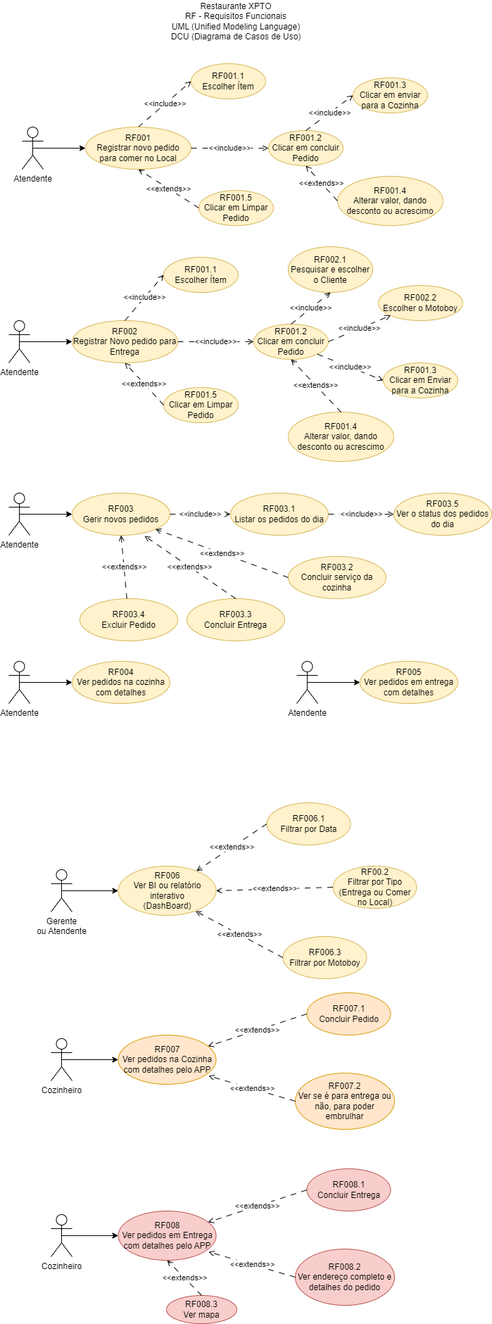
Before: documentos/uml/uml-dcu.png, a diagram exported from draw.io (Veralp/Restaurante3des). Source tidied: cells renumbered, new cells last; positions are measured from the earlier drawing's top-left corner, leaving out a move shared by most shapes.
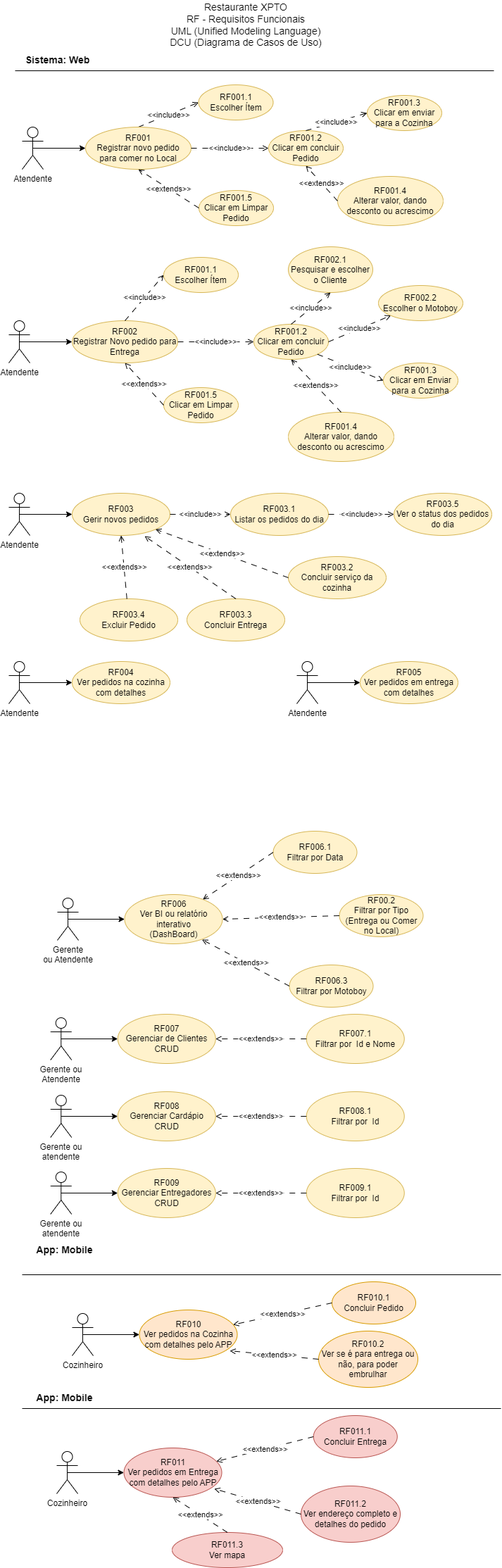
Above is the later version.

Diff of the diagram source:
```diff
@@ -2,8 +2,8 @@
   <root>
     <mxCell id="0" />
     <mxCell id="1" parent="0" />
-    <mxCell id="2" value="Restaurante XPTO&lt;br&gt;RF - Requisitos Funcionais&lt;br&gt;UML (Unified Modeling Language)&lt;br&gt;DCU (Diagrama de Casos de Uso)" style="text;html=1;strokeColor=none;fillColor=none;align=center;verticalAlign=middle;whiteSpace=wrap;rounded=0;" parent="1" vertex="1">
-      <mxGeometry x="213" width="220" height="60" as="geometry" />
+    <mxCell id="2" value="Restaurante XPTO&lt;br style=&quot;font-size: 14px;&quot;&gt;RF - Requisitos Funcionais&lt;br style=&quot;font-size: 14px;&quot;&gt;UML (Unified Modeling Language)&lt;br style=&quot;font-size: 14px;&quot;&gt;DCU (Diagrama de Casos de Uso)" style="text;html=1;strokeColor=none;fillColor=none;align=center;verticalAlign=middle;whiteSpace=wrap;rounded=0;fontSize=14;" parent="1" vertex="1">
+      <mxGeometry x="203.5" width="266" height="70" as="geometry" />
     </mxCell>
     <mxCell id="3" style="rounded=0;jettySize=auto;html=1;exitX=0.5;exitY=0.5;exitDx=0;exitDy=0;exitPerimeter=0;entryX=0;entryY=0.5;entryDx=0;entryDy=0;" parent="1" edge="1" source="5" target="7">
       <mxGeometry relative="1" as="geometry" />
@@ -24,7 +24,7 @@
       <mxGeometry x="90" y="455" width="150" height="60" as="geometry" />
     </mxCell>
     <mxCell id="9" value="RF001.1&lt;br&gt;Escolher Ítem" style="ellipse;whiteSpace=wrap;html=1;fillColor=#fff2cc;strokeColor=#d6b656;" parent="1" vertex="1">
-      <mxGeometry x="259" y="90" width="106" height="50" as="geometry" />
+      <mxGeometry x="269.5" y="120" width="106" height="50" as="geometry" />
     </mxCell>
     <mxCell id="10" value="RF001.2&lt;br&gt;Clicar em concluir Pedido" style="ellipse;whiteSpace=wrap;html=1;fillColor=#fff2cc;strokeColor=#d6b656;" parent="1" vertex="1">
       <mxGeometry x="369" y="185" width="106" height="50" as="geometry" />
@@ -42,7 +42,7 @@
       <mxGeometry y="455" width="30" height="60" as="geometry" />
     </mxCell>
     <mxCell id="15" value="RF001.3&lt;br&gt;Clicar em enviar para a Cozinha" style="ellipse;whiteSpace=wrap;html=1;fillColor=#fff2cc;strokeColor=#d6b656;" parent="1" vertex="1">
-      <mxGeometry x="489" y="110" width="106" height="50" as="geometry" />
+      <mxGeometry x="509" y="135" width="106" height="50" as="geometry" />
     </mxCell>
     <mxCell id="16" value="&amp;lt;&amp;lt;include&amp;gt;&amp;gt;" style="rounded=0;jettySize=auto;html=1;exitX=0.5;exitY=0;exitDx=0;exitDy=0;entryX=0;entryY=0.5;entryDx=0;entryDy=0;dashed=1;dashPattern=8 8;endArrow=open;endFill=0;" parent="1" edge="1" source="10" target="15">
       <mxGeometry relative="1" as="geometry" />
@@ -153,22 +153,22 @@
       <mxGeometry relative="1" as="geometry" />
     </mxCell>
     <mxCell id="52" value="Gerente&lt;br&gt;ou Atendente" style="shape=umlActor;verticalLabelPosition=bottom;verticalAlign=top;html=1;" parent="1" vertex="1">
-      <mxGeometry x="60" y="1235" width="30" height="60" as="geometry" />
+      <mxGeometry x="69" y="1275" width="30" height="60" as="geometry" />
     </mxCell>
     <mxCell id="53" value="RF006&lt;br&gt;Ver BI ou relatório interativo&lt;br&gt;(DashBoard)" style="ellipse;whiteSpace=wrap;html=1;fillColor=#fff2cc;strokeColor=#d6b656;" parent="1" vertex="1">
-      <mxGeometry x="155.5" y="1230" width="139" height="70" as="geometry" />
+      <mxGeometry x="164.5" y="1270" width="139" height="70" as="geometry" />
     </mxCell>
     <mxCell id="54" style="rounded=0;jettySize=auto;html=1;exitX=0.5;exitY=0.5;exitDx=0;exitDy=0;exitPerimeter=0;entryX=0;entryY=0.5;entryDx=0;entryDy=0;" parent="1" edge="1" source="52" target="53">
       <mxGeometry relative="1" as="geometry" />
     </mxCell>
     <mxCell id="55" value="RF006.1&lt;br&gt;Filtrar por Data" style="ellipse;whiteSpace=wrap;html=1;fillColor=#fff2cc;strokeColor=#d6b656;" parent="1" vertex="1">
-      <mxGeometry x="366.5" y="1140" width="119" height="60" as="geometry" />
+      <mxGeometry x="375.5" y="1180" width="119" height="60" as="geometry" />
     </mxCell>
     <mxCell id="56" value="RF00.2&lt;br&gt;Filtrar por Tipo&lt;br&gt;(Entrega ou Comer no Local)" style="ellipse;whiteSpace=wrap;html=1;fillColor=#fff2cc;strokeColor=#d6b656;" parent="1" vertex="1">
-      <mxGeometry x="460.5" y="1230" width="119" height="60" as="geometry" />
+      <mxGeometry x="469.5" y="1270" width="119" height="60" as="geometry" />
     </mxCell>
     <mxCell id="57" value="RF006.3&lt;br&gt;Filtrar por Motoboy" style="ellipse;whiteSpace=wrap;html=1;fillColor=#fff2cc;strokeColor=#d6b656;" parent="1" vertex="1">
-      <mxGeometry x="389.5" y="1330" width="119" height="60" as="geometry" />
+      <mxGeometry x="398.5" y="1370" width="119" height="60" as="geometry" />
     </mxCell>
     <mxCell id="58" value="&amp;lt;&amp;lt;extends&amp;gt;&amp;gt;" style="rounded=0;jettySize=auto;html=1;dashed=1;dashPattern=8 8;endArrow=open;endFill=0;exitX=0;exitY=0.5;exitDx=0;exitDy=0;" parent="1" edge="1" source="55" target="53">
       <mxGeometry relative="1" as="geometry" />
@@ -180,19 +180,19 @@
       <mxGeometry relative="1" as="geometry" />
     </mxCell>
     <mxCell id="61" value="Cozinheiro" style="shape=umlActor;verticalLabelPosition=bottom;verticalAlign=top;html=1;" parent="1" vertex="1">
-      <mxGeometry x="60" y="1475" width="30" height="60" as="geometry" />
+      <mxGeometry x="90" y="1865" width="30" height="60" as="geometry" />
     </mxCell>
-    <mxCell id="62" value="RF007&lt;br&gt;Ver pedidos na Cozinha&lt;br&gt;com detalhes pelo APP" style="ellipse;whiteSpace=wrap;html=1;fillColor=#ffe6cc;strokeColor=#d79b00;" parent="1" vertex="1">
-      <mxGeometry x="155.5" y="1470" width="139" height="70" as="geometry" />
+    <mxCell id="62" value="RF010&lt;br&gt;Ver pedidos na Cozinha&lt;br&gt;com detalhes pelo APP" style="ellipse;whiteSpace=wrap;html=1;fillColor=#ffe6cc;strokeColor=#d79b00;" parent="1" vertex="1">
+      <mxGeometry x="185.5" y="1860" width="139" height="70" as="geometry" />
     </mxCell>
     <mxCell id="63" style="rounded=0;jettySize=auto;html=1;exitX=0.5;exitY=0.5;exitDx=0;exitDy=0;exitPerimeter=0;entryX=0;entryY=0.5;entryDx=0;entryDy=0;" parent="1" edge="1" source="61" target="62">
       <mxGeometry relative="1" as="geometry" />
     </mxCell>
-    <mxCell id="64" value="RF007.1&lt;br&gt;Concluir Pedido" style="ellipse;whiteSpace=wrap;html=1;fillColor=#ffe6cc;strokeColor=#d79b00;" parent="1" vertex="1">
-      <mxGeometry x="423.5" y="1410" width="119" height="60" as="geometry" />
+    <mxCell id="64" value="RF010.1&lt;br&gt;Concluir Pedido" style="ellipse;whiteSpace=wrap;html=1;fillColor=#ffe6cc;strokeColor=#d79b00;" parent="1" vertex="1">
+      <mxGeometry x="459" y="1820" width="119" height="60" as="geometry" />
     </mxCell>
-    <mxCell id="65" value="RF007.2&lt;br&gt;Ver se é para entrega ou não, para poder embrulhar" style="ellipse;whiteSpace=wrap;html=1;fillColor=#ffe6cc;strokeColor=#d79b00;" parent="1" vertex="1">
-      <mxGeometry x="407" y="1524" width="141" height="80" as="geometry" />
+    <mxCell id="65" value="RF010.2&lt;br&gt;Ver se é para entrega ou não, para poder embrulhar" style="ellipse;whiteSpace=wrap;html=1;fillColor=#ffe6cc;strokeColor=#d79b00;" parent="1" vertex="1">
+      <mxGeometry x="440" y="1890" width="141" height="80" as="geometry" />
     </mxCell>
     <mxCell id="66" value="&amp;lt;&amp;lt;extends&amp;gt;&amp;gt;" style="rounded=0;jettySize=auto;html=1;dashed=1;dashPattern=8 8;endArrow=open;endFill=0;exitX=0;exitY=0.5;exitDx=0;exitDy=0;" parent="1" edge="1" source="64" target="62">
       <mxGeometry relative="1" as="geometry" />
@@ -201,19 +201,19 @@
       <mxGeometry relative="1" as="geometry" />
     </mxCell>
     <mxCell id="68" value="Cozinheiro" style="shape=umlActor;verticalLabelPosition=bottom;verticalAlign=top;html=1;" parent="1" vertex="1">
-      <mxGeometry x="60" y="1725" width="30" height="60" as="geometry" />
+      <mxGeometry x="68" y="2061" width="30" height="60" as="geometry" />
     </mxCell>
-    <mxCell id="69" value="RF008&lt;br&gt;Ver pedidos em Entrega&lt;br&gt;com detalhes pelo APP" style="ellipse;whiteSpace=wrap;html=1;fillColor=#f8cecc;strokeColor=#b85450;" parent="1" vertex="1">
-      <mxGeometry x="155.5" y="1720" width="139" height="70" as="geometry" />
+    <mxCell id="69" value="RF011&lt;br&gt;Ver pedidos em Entrega&lt;br&gt;com detalhes pelo APP" style="ellipse;whiteSpace=wrap;html=1;fillColor=#f8cecc;strokeColor=#b85450;" parent="1" vertex="1">
+      <mxGeometry x="163.5" y="2056" width="139" height="70" as="geometry" />
     </mxCell>
     <mxCell id="70" style="rounded=0;jettySize=auto;html=1;exitX=0.5;exitY=0.5;exitDx=0;exitDy=0;exitPerimeter=0;entryX=0;entryY=0.5;entryDx=0;entryDy=0;" parent="1" edge="1" source="68" target="69">
       <mxGeometry relative="1" as="geometry" />
     </mxCell>
-    <mxCell id="71" value="RF008.1&lt;br&gt;Concluir Entrega" style="ellipse;whiteSpace=wrap;html=1;fillColor=#f8cecc;strokeColor=#b85450;" parent="1" vertex="1">
-      <mxGeometry x="423.5" y="1660" width="119" height="60" as="geometry" />
+    <mxCell id="71" value="RF011.1&lt;br&gt;Concluir Entrega" style="ellipse;whiteSpace=wrap;html=1;fillColor=#f8cecc;strokeColor=#b85450;" parent="1" vertex="1">
+      <mxGeometry x="432.8" y="2010" width="119" height="60" as="geometry" />
     </mxCell>
-    <mxCell id="72" value="RF008.2&lt;br&gt;Ver endereço completo e detalhes do pedido" style="ellipse;whiteSpace=wrap;html=1;fillColor=#f8cecc;strokeColor=#b85450;" parent="1" vertex="1">
-      <mxGeometry x="407" y="1774" width="141" height="80" as="geometry" />
+    <mxCell id="72" value="RF011.2&lt;br&gt;Ver endereço completo e detalhes do pedido" style="ellipse;whiteSpace=wrap;html=1;fillColor=#f8cecc;strokeColor=#b85450;" parent="1" vertex="1">
+      <mxGeometry x="415" y="2110" width="141" height="80" as="geometry" />
     </mxCell>
     <mxCell id="73" value="&amp;lt;&amp;lt;extends&amp;gt;&amp;gt;" style="rounded=0;jettySize=auto;html=1;dashed=1;dashPattern=8 8;endArrow=open;endFill=0;exitX=0;exitY=0.5;exitDx=0;exitDy=0;" parent="1" edge="1" source="71" target="69">
       <mxGeometry relative="1" as="geometry" />
@@ -221,11 +221,83 @@
     <mxCell id="74" value="&amp;lt;&amp;lt;extends&amp;gt;&amp;gt;" style="rounded=0;jettySize=auto;html=1;dashed=1;dashPattern=8 8;endArrow=open;endFill=0;entryX=0.924;entryY=0.829;entryDx=0;entryDy=0;exitX=0;exitY=0.5;exitDx=0;exitDy=0;entryPerimeter=0;" parent="1" edge="1" source="72" target="69">
       <mxGeometry relative="1" as="geometry" />
     </mxCell>
-    <mxCell id="75" value="RF008.3&lt;br&gt;Ver mapa" style="ellipse;whiteSpace=wrap;html=1;fillColor=#f8cecc;strokeColor=#b85450;" parent="1" vertex="1">
-      <mxGeometry x="224" y="1840" width="100" height="40" as="geometry" />
+    <mxCell id="75" value="RF011.3&lt;br&gt;Ver mapa" style="ellipse;whiteSpace=wrap;html=1;fillColor=#f8cecc;strokeColor=#b85450;" parent="1" vertex="1">
+      <mxGeometry x="232" y="2176" width="157" height="50" as="geometry" />
     </mxCell>
     <mxCell id="76" value="&amp;lt;&amp;lt;extends&amp;gt;&amp;gt;" style="rounded=0;jettySize=auto;html=1;dashed=1;dashPattern=8 8;endArrow=open;endFill=0;entryX=0.5;entryY=1;entryDx=0;entryDy=0;exitX=0.5;exitY=0;exitDx=0;exitDy=0;" parent="1" edge="1" source="75" target="69">
       <mxGeometry relative="1" as="geometry" />
     </mxCell>
+    <mxCell id="77" value="Gerente ou&lt;br&gt;Atendente" style="shape=umlActor;verticalLabelPosition=bottom;verticalAlign=top;html=1;" parent="1" vertex="1">
+      <mxGeometry x="59.2" y="1445" width="30" height="60" as="geometry" />
+    </mxCell>
+    <mxCell id="78" value="RF007&lt;br&gt;Gerenciar de Clientes&lt;br&gt;CRUD" style="ellipse;whiteSpace=wrap;html=1;fillColor=#fff2cc;strokeColor=#d6b656;" parent="1" vertex="1">
+      <mxGeometry x="154.8" y="1440" width="139" height="70" as="geometry" />
+    </mxCell>
+    <mxCell id="79" style="rounded=0;jettySize=auto;html=1;exitX=0.5;exitY=0.5;exitDx=0;exitDy=0;exitPerimeter=0;entryX=0;entryY=0.5;entryDx=0;entryDy=0;" parent="1" edge="1" source="77" target="78">
+      <mxGeometry relative="1" as="geometry" />
+    </mxCell>
+    <mxCell id="80" value="RF007.1&lt;br&gt;Filtrar por&amp;nbsp; Id e Nome" style="ellipse;whiteSpace=wrap;html=1;fillColor=#fff2cc;strokeColor=#d6b656;" parent="1" vertex="1">
+      <mxGeometry x="422.8" y="1440" width="139" height="70" as="geometry" />
+    </mxCell>
+    <mxCell id="81" value="&amp;lt;&amp;lt;extends&amp;gt;&amp;gt;" style="rounded=0;jettySize=auto;html=1;dashed=1;dashPattern=8 8;endArrow=open;endFill=0;exitX=0;exitY=0.5;exitDx=0;exitDy=0;entryX=1;entryY=0.5;entryDx=0;entryDy=0;" parent="1" edge="1" source="80" target="78">
+      <mxGeometry relative="1" as="geometry" />
+    </mxCell>
+    <mxCell id="82" value="Gerente ou&lt;br&gt;atendente" style="shape=umlActor;verticalLabelPosition=bottom;verticalAlign=top;html=1;" parent="1" vertex="1">
+      <mxGeometry x="59.2" y="1555" width="30" height="60" as="geometry" />
+    </mxCell>
+    <mxCell id="83" value="RF008&lt;br&gt;Gerenciar Cardápio&lt;br&gt;CRUD" style="ellipse;whiteSpace=wrap;html=1;fillColor=#fff2cc;strokeColor=#d6b656;" parent="1" vertex="1">
+      <mxGeometry x="154.8" y="1550" width="139" height="70" as="geometry" />
+    </mxCell>
+    <mxCell id="84" style="rounded=0;jettySize=auto;html=1;exitX=0.5;exitY=0.5;exitDx=0;exitDy=0;exitPerimeter=0;entryX=0;entryY=0.5;entryDx=0;entryDy=0;" parent="1" edge="1" source="82" target="83">
+      <mxGeometry relative="1" as="geometry" />
+    </mxCell>
+    <mxCell id="85" value="RF008.1&lt;br&gt;Filtrar por&amp;nbsp; Id" style="ellipse;whiteSpace=wrap;html=1;fillColor=#fff2cc;strokeColor=#d6b656;" parent="1" vertex="1">
+      <mxGeometry x="422.8" y="1550" width="139" height="70" as="geometry" />
+    </mxCell>
+    <mxCell id="86" value="&amp;lt;&amp;lt;extends&amp;gt;&amp;gt;" style="rounded=0;jettySize=auto;html=1;dashed=1;dashPattern=8 8;endArrow=open;endFill=0;exitX=0;exitY=0.5;exitDx=0;exitDy=0;entryX=1;entryY=0.5;entryDx=0;entryDy=0;" parent="1" edge="1" source="85" target="83">
+      <mxGeometry relative="1" as="geometry" />
+    </mxCell>
+    <mxCell id="87" value="Gerente ou&lt;br&gt;atendente" style="shape=umlActor;verticalLabelPosition=bottom;verticalAlign=top;html=1;" parent="1" vertex="1">
+      <mxGeometry x="59.2" y="1664" width="30" height="60" as="geometry" />
+    </mxCell>
+    <mxCell id="88" value="RF009&lt;br&gt;Gerenciar Entregadores&lt;br&gt;CRUD" style="ellipse;whiteSpace=wrap;html=1;fillColor=#fff2cc;strokeColor=#d6b656;" parent="1" vertex="1">
+      <mxGeometry x="154.8" y="1659" width="139" height="70" as="geometry" />
+    </mxCell>
+    <mxCell id="89" style="rounded=0;jettySize=auto;html=1;exitX=0.5;exitY=0.5;exitDx=0;exitDy=0;exitPerimeter=0;entryX=0;entryY=0.5;entryDx=0;entryDy=0;" parent="1" edge="1" source="87" target="88">
+      <mxGeometry relative="1" as="geometry" />
+    </mxCell>
+    <mxCell id="90" value="RF009.1&lt;br&gt;Filtrar por&amp;nbsp; Id" style="ellipse;whiteSpace=wrap;html=1;fillColor=#fff2cc;strokeColor=#d6b656;" parent="1" vertex="1">
+      <mxGeometry x="422.8" y="1659" width="139" height="70" as="geometry" />
+    </mxCell>
+    <mxCell id="91" value="&amp;lt;&amp;lt;extends&amp;gt;&amp;gt;" style="rounded=0;jettySize=auto;html=1;dashed=1;dashPattern=8 8;endArrow=open;endFill=0;exitX=0;exitY=0.5;exitDx=0;exitDy=0;entryX=1;entryY=0.5;entryDx=0;entryDy=0;" parent="1" edge="1" source="90" target="88">
+      <mxGeometry relative="1" as="geometry" />
+    </mxCell>
+    <mxCell id="92" value="Sistema: Web" style="text;html=1;strokeColor=none;fillColor=none;align=center;verticalAlign=middle;whiteSpace=wrap;rounded=0;fontSize=14;fontStyle=1;" parent="1" vertex="1">
+      <mxGeometry x="19" y="70" width="101" height="30" as="geometry" />
+    </mxCell>
+    <mxCell id="93" style="endArrow=none;html=1;rounded=0;" parent="1" edge="1">
+      <mxGeometry relative="1" as="geometry">
+        <mxPoint x="9" y="100" as="sourcePoint" />
+        <mxPoint x="689" y="100" as="targetPoint" />
+      </mxGeometry>
+    </mxCell>
+    <mxCell id="94" value="App: Mobile" style="text;html=1;strokeColor=none;fillColor=none;align=center;verticalAlign=middle;whiteSpace=wrap;rounded=0;fontSize=14;fontStyle=1;" parent="1" vertex="1">
+      <mxGeometry x="29" y="1970" width="101" height="30" as="geometry" />
+    </mxCell>
+    <mxCell id="95" style="endArrow=none;html=1;rounded=0;" parent="1" edge="1">
+      <mxGeometry relative="1" as="geometry">
+        <mxPoint x="19" y="2000" as="sourcePoint" />
+        <mxPoint x="699" y="2000" as="targetPoint" />
+      </mxGeometry>
+    </mxCell>
+    <mxCell id="96" style="endArrow=none;html=1;rounded=0;" parent="1" edge="1">
+      <mxGeometry relative="1" as="geometry">
+        <mxPoint x="19" y="1810" as="sourcePoint" />
+        <mxPoint x="699" y="1810" as="targetPoint" />
+      </mxGeometry>
+    </mxCell>
+    <mxCell id="97" value="App: Mobile" style="text;html=1;strokeColor=none;fillColor=none;align=center;verticalAlign=middle;whiteSpace=wrap;rounded=0;fontSize=14;fontStyle=1;" parent="1" vertex="1">
+      <mxGeometry x="29" y="1760" width="101" height="30" as="geometry" />
+    </mxCell>
   </root>
 </mxGraphModel>
```
